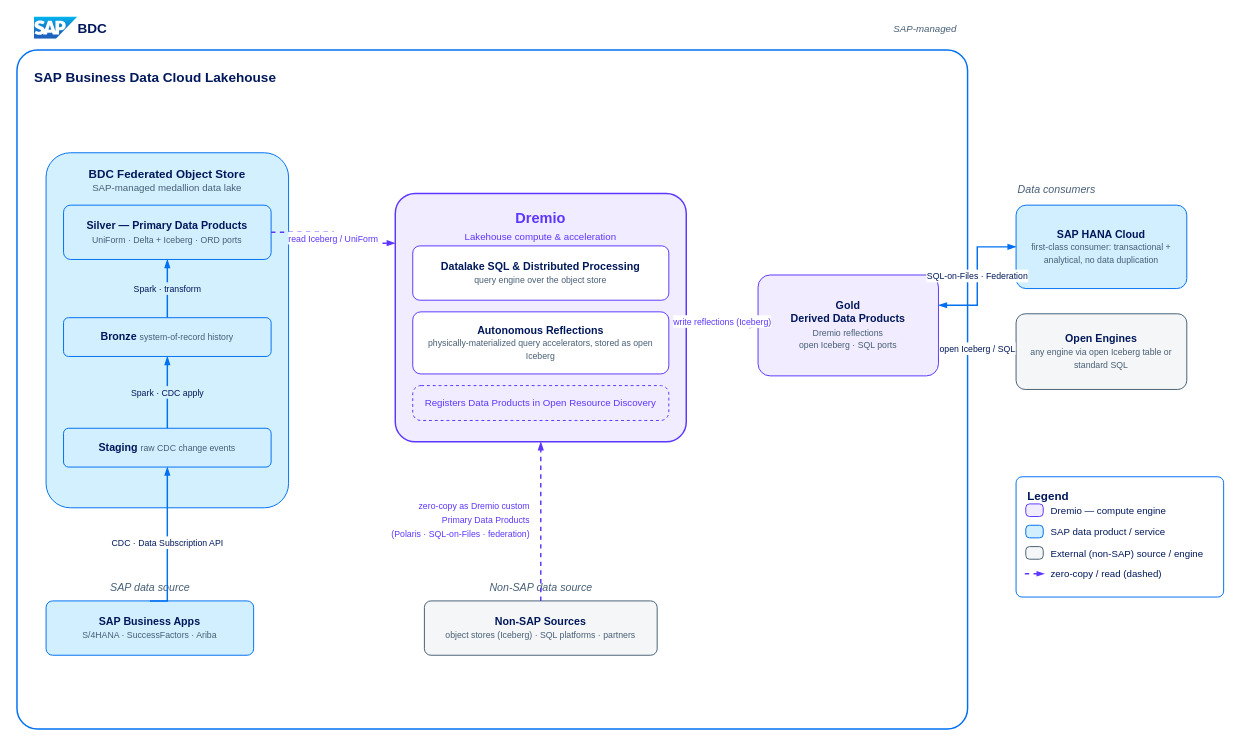
This is docs/ref-arch/RA0039/1-bdc-lakehouse/3-dremio-lakehouse-compute/drawio/dremio-lakehouse-compute.drawio from SAP/architecture-center, a draw.io file, before an edit. Source tidied: cells renumbered, new cells numbered last; positions are measured from the earlier drawing's top-left corner, leaving out a move shared by most shapes. Both pictures are drawn from the tidied source at 97%, with x=0, y=0 at pixel (16, 16).
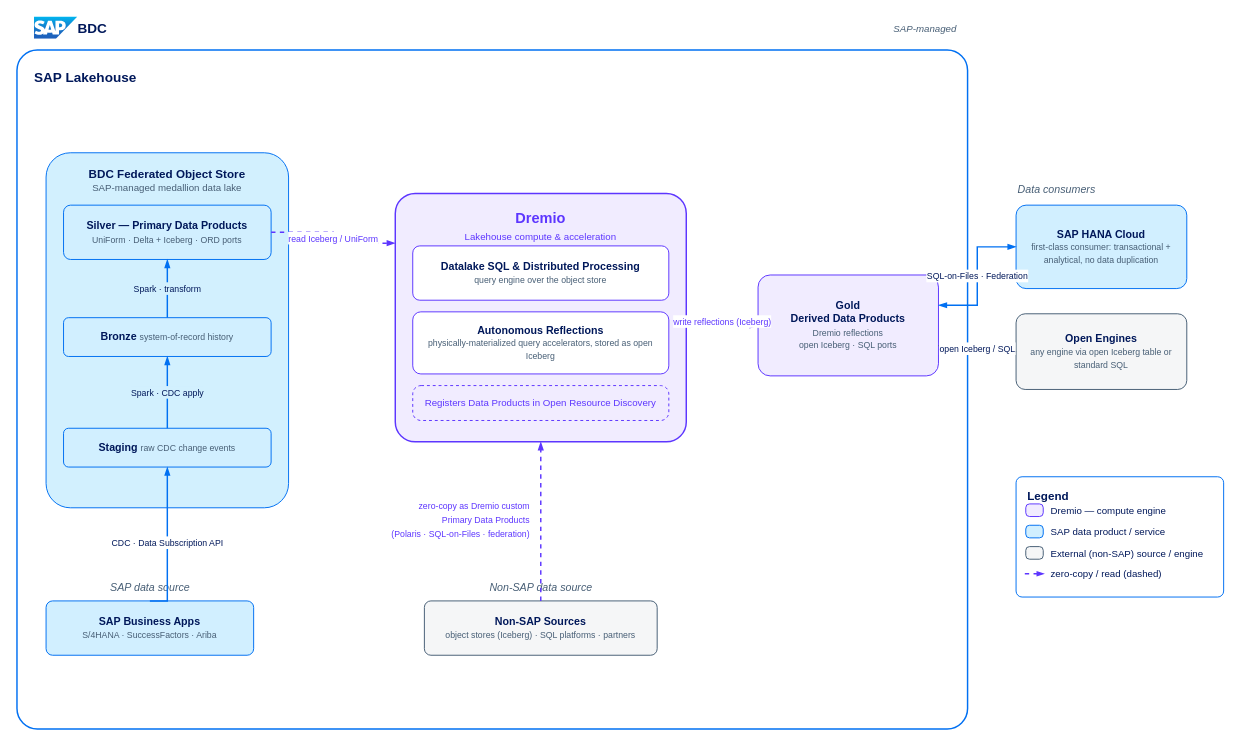
The same page after the edit.

Commit message (it also covers changes not shown here):
[CONTENT] RA0039 — rename SAP BDC Lakehouse to SAP Lakehouse in diagrams (#122)

The edit, as a diff of the source:
```diff
@@
-    <mxCell id="2" value="&lt;b&gt;SAP Business Data Cloud Lakehouse&lt;/b&gt;" style="rounded=1;whiteSpace=wrap;html=1;strokeColor=#0070F2;strokeWidth=1.5;arcSize=3;fillColor=#ffffff;fontFamily=Helvetica;align=left;verticalAlign=top;spacingLeft=16;spacingTop=14;fontSize=14;fontColor=#00185A;fontStyle=1;" parent="1" vertex="1">
+    <mxCell id="2" value="&lt;b&gt;SAP Lakehouse&lt;/b&gt;" style="rounded=1;whiteSpace=wrap;html=1;strokeColor=#0070F2;strokeWidth=1.5;arcSize=3;fillColor=#ffffff;fontFamily=Helvetica;align=left;verticalAlign=top;spacingLeft=16;spacingTop=14;fontSize=14;fontColor=#00185A;fontStyle=1;" parent="1" vertex="1">
       <mxGeometry y="34" width="980" height="700" as="geometry" />
     </mxCell>
```
